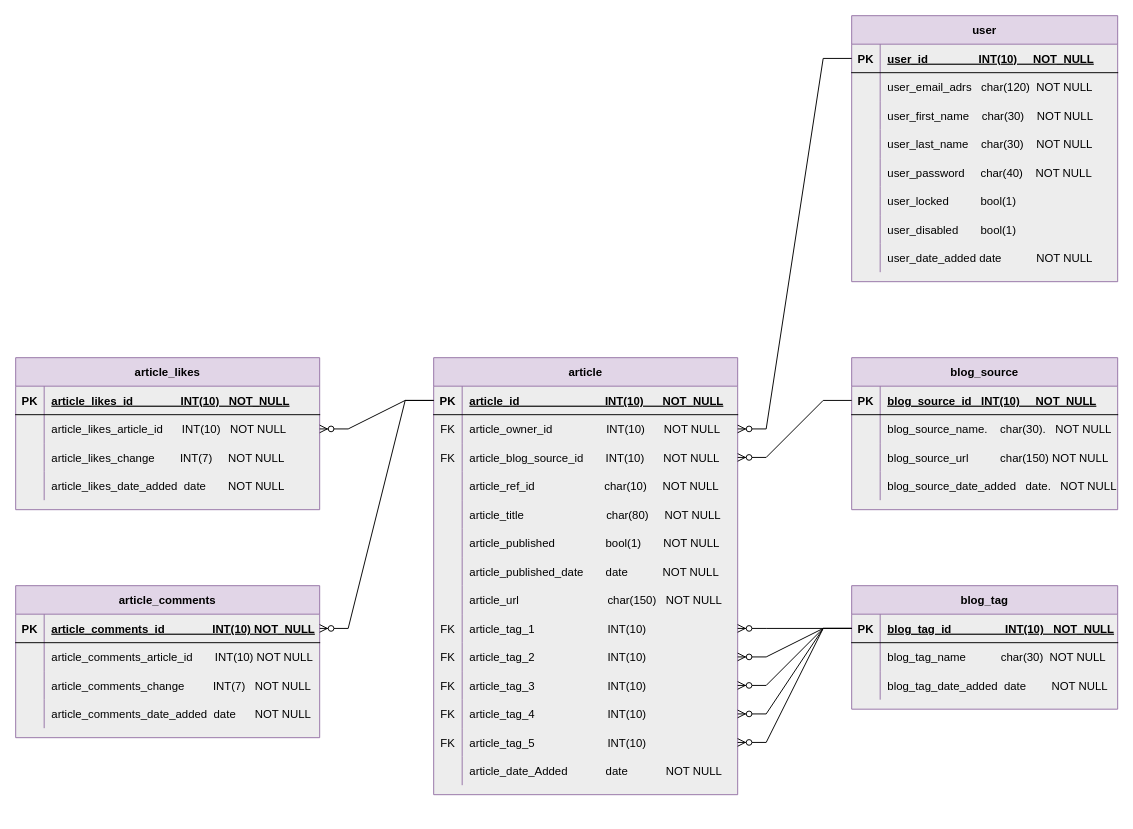
Before: development_docs/003-db-design.drawio in York13Pud/python-project-dev-to-stats, a draw.io diagram. Source tidied: cells renumbered, new cells numbered last; positions are measured from the earlier drawing's top-left corner, leaving out a move shared by most shapes. Both pictures are drawn from the tidied source at 95%, with x=0, y=0 at pixel (15, 15).
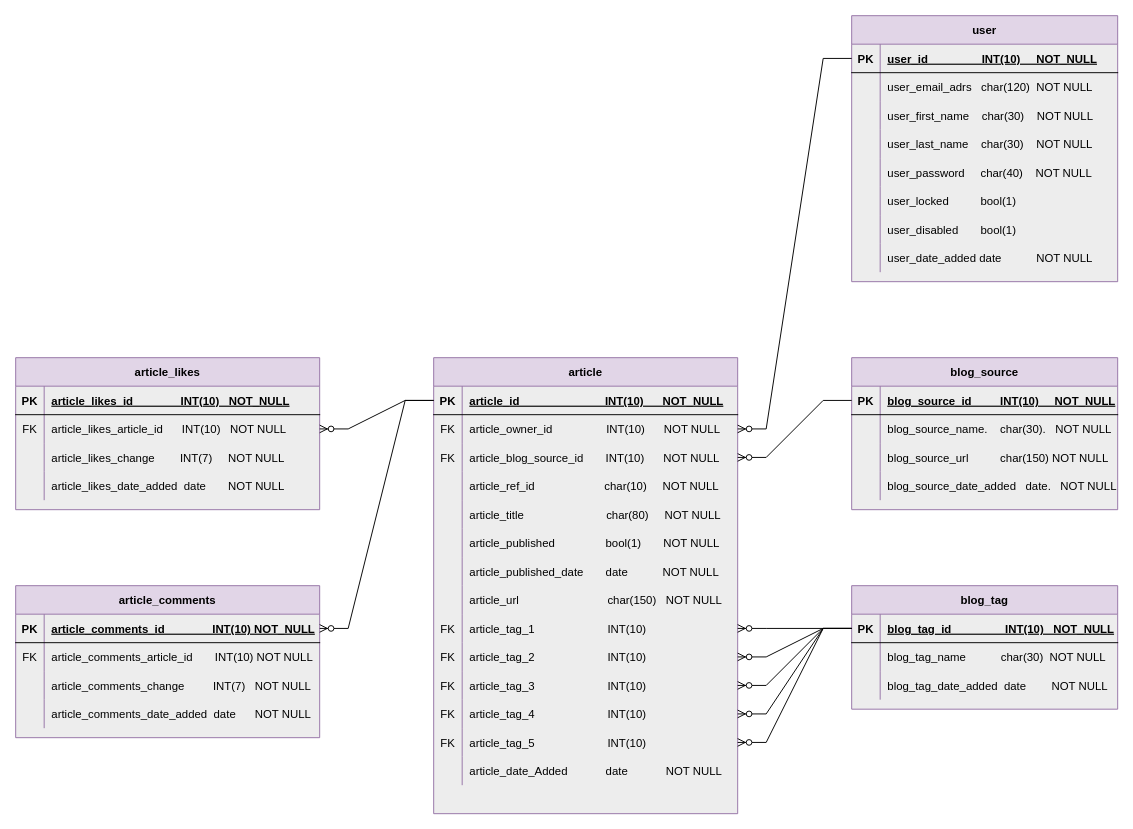
After the change.

The change refers to these unchanged cells:
```xml
<mxCell id="3" style="shape=partialRectangle;fillColor=none;points=[[0,0.5],[1,0.5]];portConstraint=eastwest;top=0;left=0;right=0;bottom=1;" parent="2" vertex="1">
  <mxGeometry y="30" width="280" height="30" as="geometry" />
</mxCell>
<mxCell id="71" style="shape=partialRectangle;fillColor=none;points=[[0,0.5],[1,0.5]];portConstraint=eastwest;top=0;left=0;right=0;bottom=1;" parent="70" vertex="1">
  <mxGeometry y="30" width="280" height="30" as="geometry" />
</mxCell>
<mxCell id="104" style="shape=partialRectangle;fillColor=none;points=[[0,0.5],[1,0.5]];portConstraint=eastwest;top=0;left=0;right=0;bottom=0;" parent="100" vertex="1">
  <mxGeometry y="60" width="320" height="30" as="geometry" />
</mxCell>
<mxCell id="117" style="shape=partialRectangle;fillColor=none;top=0;left=0;right=0;bottom=0;" parent="113" vertex="1">
  <mxGeometry y="60" width="320" height="30" as="geometry" />
</mxCell>
```

What changed in the source:
```diff
@@
-    <mxCell id="5" value="user_id                INT(10)     NOT_NULL" style="shape=partialRectangle;overflow=hidden;fillColor=none;top=0;left=0;bottom=0;right=0;align=left;spacingLeft=6;fontStyle=5;" parent="3" vertex="1">
+    <mxCell id="5" value="user_id                 INT(10)     NOT_NULL" style="shape=partialRectangle;overflow=hidden;fillColor=none;top=0;left=0;bottom=0;right=0;align=left;spacingLeft=6;fontStyle=5;" parent="3" vertex="1">
       <mxGeometry x="30" width="250" height="30" as="geometry" />
     </mxCell>
@@
     <mxCell id="27" value="article" style="shape=table;startSize=30;childLayout=tableLayout;rowLines=0;fontStyle=1;align=center;fillColor=#e1d5e7;strokeColor=#9673a6;swimlaneFillColor=#EDEDED;" parent="1" vertex="1">
-      <mxGeometry x="440" y="360" width="320" height="460" as="geometry" />
+      <mxGeometry x="440" y="360" width="320" height="480" as="geometry" />
     </mxCell>
@@
-    <mxCell id="73" value="blog_source_id   INT(10)     NOT_NULL" style="shape=partialRectangle;overflow=hidden;fillColor=none;top=0;left=0;bottom=0;right=0;align=left;spacingLeft=6;fontStyle=5;" parent="71" vertex="1">
+    <mxCell id="73" value="blog_source_id         INT(10)     NOT_NULL" style="shape=partialRectangle;overflow=hidden;fillColor=none;top=0;left=0;bottom=0;right=0;align=left;spacingLeft=6;fontStyle=5;" parent="71" vertex="1">
       <mxGeometry x="30" width="250" height="30" as="geometry" />
     </mxCell>
@@
-    <mxCell id="105" style="shape=partialRectangle;overflow=hidden;fillColor=none;top=0;left=0;bottom=0;right=0;" parent="104" vertex="1">
+    <mxCell id="105" value="FK" style="shape=partialRectangle;overflow=hidden;fillColor=none;top=0;left=0;bottom=0;right=0;" parent="104" vertex="1">
       <mxGeometry width="30" height="30" as="geometry" />
     </mxCell>
@@
-    <mxCell id="118" style="shape=partialRectangle;overflow=hidden;fillColor=none;top=0;left=0;bottom=0;right=0;" parent="117" vertex="1">
+    <mxCell id="118" value="FK" style="shape=partialRectangle;overflow=hidden;fillColor=none;top=0;left=0;bottom=0;right=0;" parent="117" vertex="1">
       <mxGeometry width="30" height="30" as="geometry" />
     </mxCell>
```
